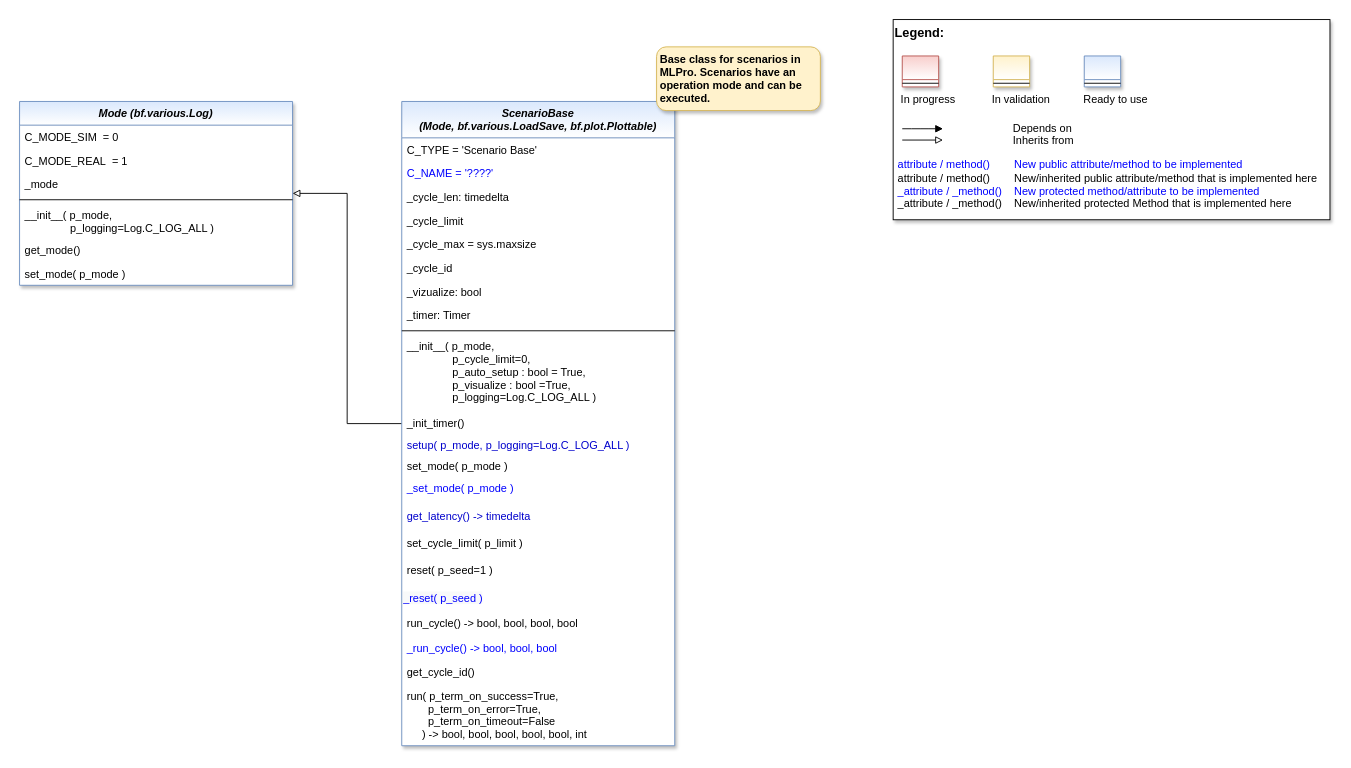
Before: doc/rtd/content/append2/core/images/bf/MLPro-BF-OPS_class_diagram.drawio in fhswf/MLPro, a draw.io diagram. Source tidied: cells renumbered, new cells numbered last; positions are measured from the earlier drawing's top-left corner, leaving out a move shared by most shapes. Both pictures are drawn from the tidied source at 91%, with x=0, y=0 at pixel (19, 19).
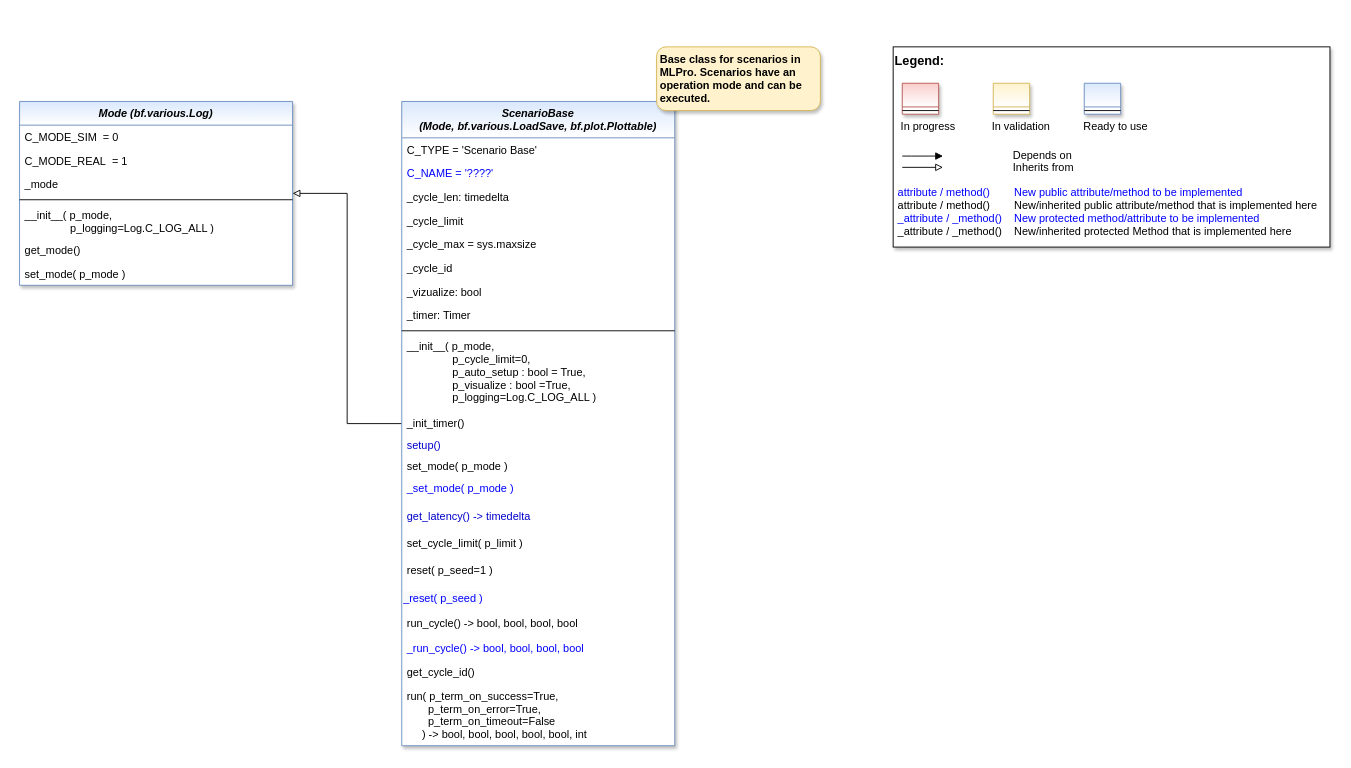
Above is the later version.

The change refers to these unchanged cells:
```xml
<mxCell id="11" value="ScenarioBase&#10;(Mode, bf.various.LoadSave, bf.plot.Plottable)" style="swimlane;fontStyle=3;align=center;verticalAlign=top;horizontal=1;startSize=40;rounded=0;shadow=1;strokeWidth=1;fillColor=#dae8fc;strokeColor=#6c8ebf;gradientColor=#ffffff;swimlaneFillColor=#ffffff;" parent="1" vertex="1">
  <mxGeometry x="420" y="90" width="300" height="708" as="geometry" />
</mxCell>
```

Diff of the diagram source:
```diff
@@
-    <mxCell id="23" value="setup( p_mode, p_logging=Log.C_LOG_ALL )" style="text;align=left;verticalAlign=top;spacingLeft=4;spacingRight=4;overflow=hidden;fontColor=#0000CC;" parent="11" vertex="1">
+    <mxCell id="23" value="setup()" style="text;align=left;verticalAlign=top;spacingLeft=4;spacingRight=4;overflow=hidden;fontColor=#0000CC;" parent="11" vertex="1">
       <mxGeometry y="364" width="300" height="24" as="geometry" />
     </mxCell>
@@
-    <mxCell id="31" value="_run_cycle() -&gt; bool, bool, bool" style="text;align=left;verticalAlign=top;spacingLeft=4;spacingRight=4;overflow=hidden;fontColor=#0000FF;" parent="11" vertex="1">
+    <mxCell id="31" value="_run_cycle() -&gt; bool, bool, bool, bool" style="text;align=left;verticalAlign=top;spacingLeft=4;spacingRight=4;overflow=hidden;fontColor=#0000FF;" parent="11" vertex="1">
       <mxGeometry y="588" width="300" height="26" as="geometry" />
     </mxCell>
@@
     <mxCell id="34" style="group;" parent="1" vertex="1">
-      <mxGeometry x="960" width="480" height="220" as="geometry" />
+      <mxGeometry x="960" y="30" width="480" height="220" as="geometry" />
     </mxCell>
```
